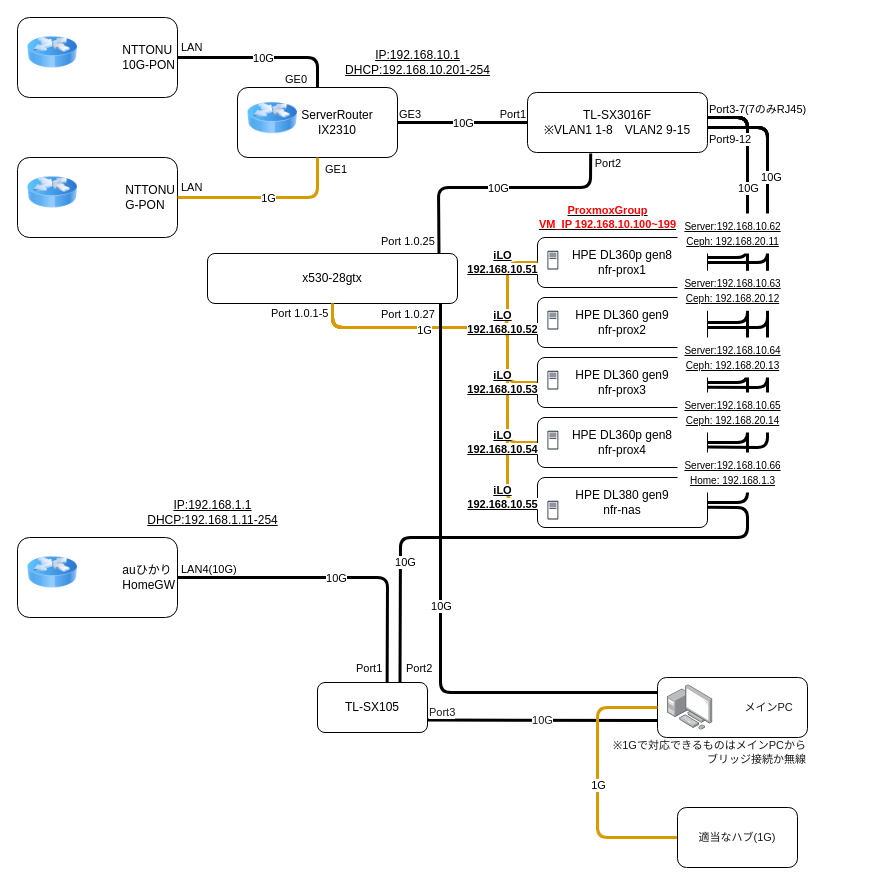
Above: diagram/NFRNetworks_Home.drawio in khr245/NFRServer-Kubernetes (draw.io), before the change. Source tidied: cells renumbered, new cells numbered last; positions are measured from the earlier drawing's top-left corner, leaving out a move shared by most shapes. Both pictures are drawn from the tidied source at 100%, with x=0, y=0 at pixel (17, 17).
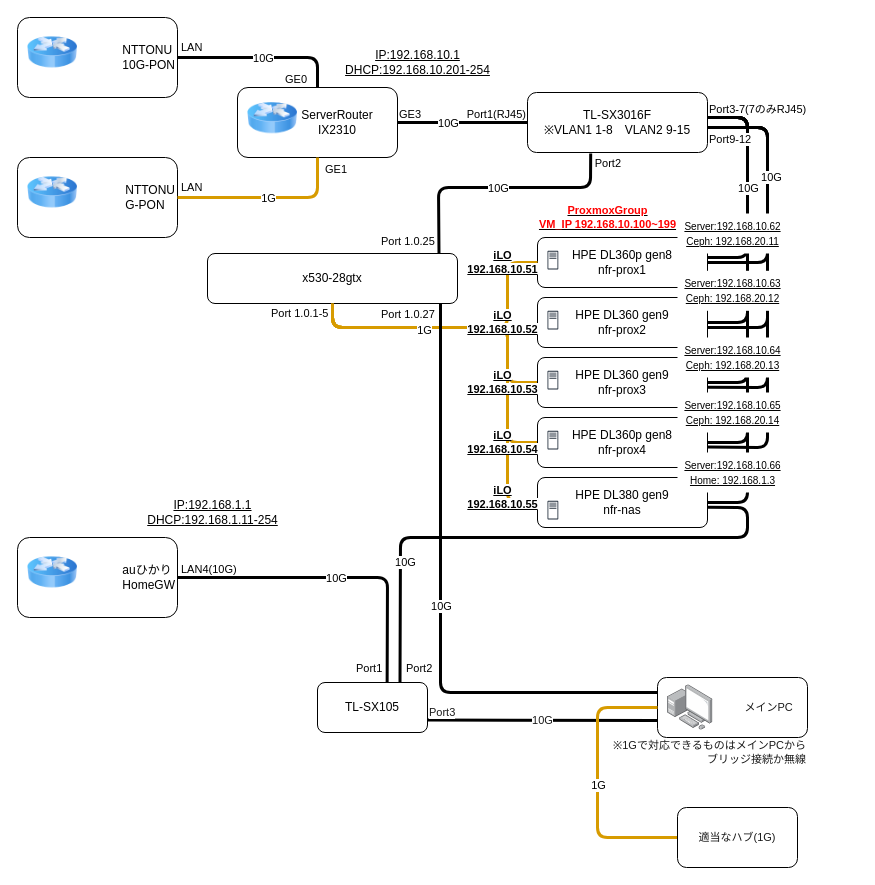
The same page after the edit.

Unchanged cells that the change refers to:
```xml
<mxCell id="28" style="endArrow=none;html=1;rounded=1;strokeWidth=3;exitX=1;exitY=0.5;exitDx=0;exitDy=0;entryX=0;entryY=0.5;entryDx=0;entryDy=0;endFill=0;" parent="1" edge="1" source="12" target="27">
  <mxGeometry relative="1" as="geometry" />
</mxCell>
```

Change to the diagram source:
```diff
@@
     <mxCell id="29" value="10G" style="edgeLabel;html=1;align=center;verticalAlign=middle;" parent="28" vertex="1">
-      <mxGeometry relative="1" as="geometry" />
+      <mxGeometry relative="1" as="geometry">
+        <mxPoint x="-15" as="offset" />
+      </mxGeometry>
     </mxCell>
@@
-    <mxCell id="31" value="Port1" style="edgeLabel;html=1;align=right;verticalAlign=bottom;" parent="28" vertex="1">
+    <mxCell id="31" value="Port1(RJ45)" style="edgeLabel;html=1;align=right;verticalAlign=bottom;" parent="28" vertex="1">
       <mxGeometry x="1" relative="1" as="geometry">
         <mxPoint x="-1" as="offset" />
       </mxGeometry>
     </mxCell>
```
